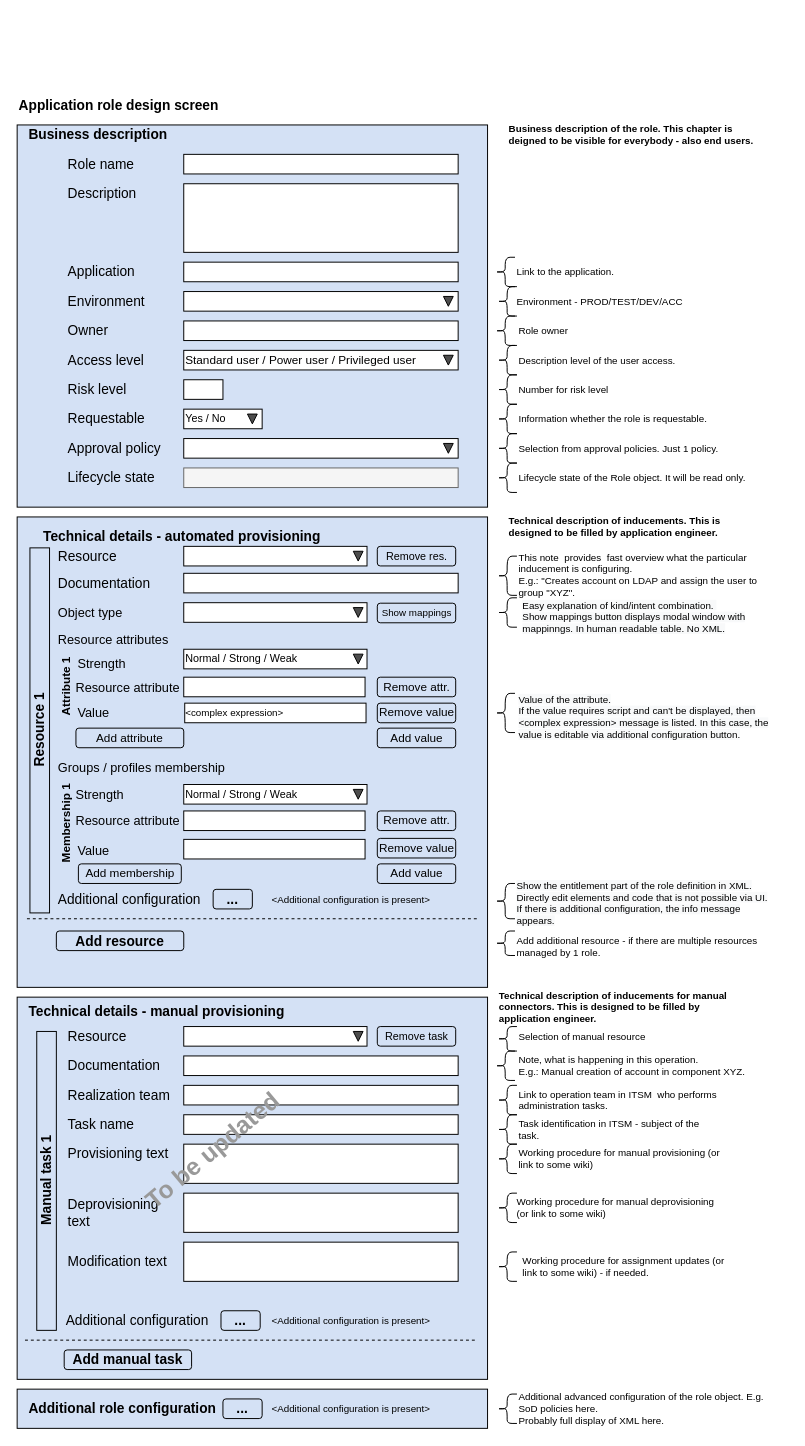
Above: page "app-role-design" (7 of 8) of midpoint/devel/iga/iga-schemas.drawio in Evolveum/docs (draw.io), before the change. Source tidied: cells renumbered, new cells numbered last; positions are measured from the earlier drawing's top-left corner, leaving out a move shared by most shapes. Both pictures are drawn from the tidied source at 98%, with x=0, y=0 at pixel (-143, 95).
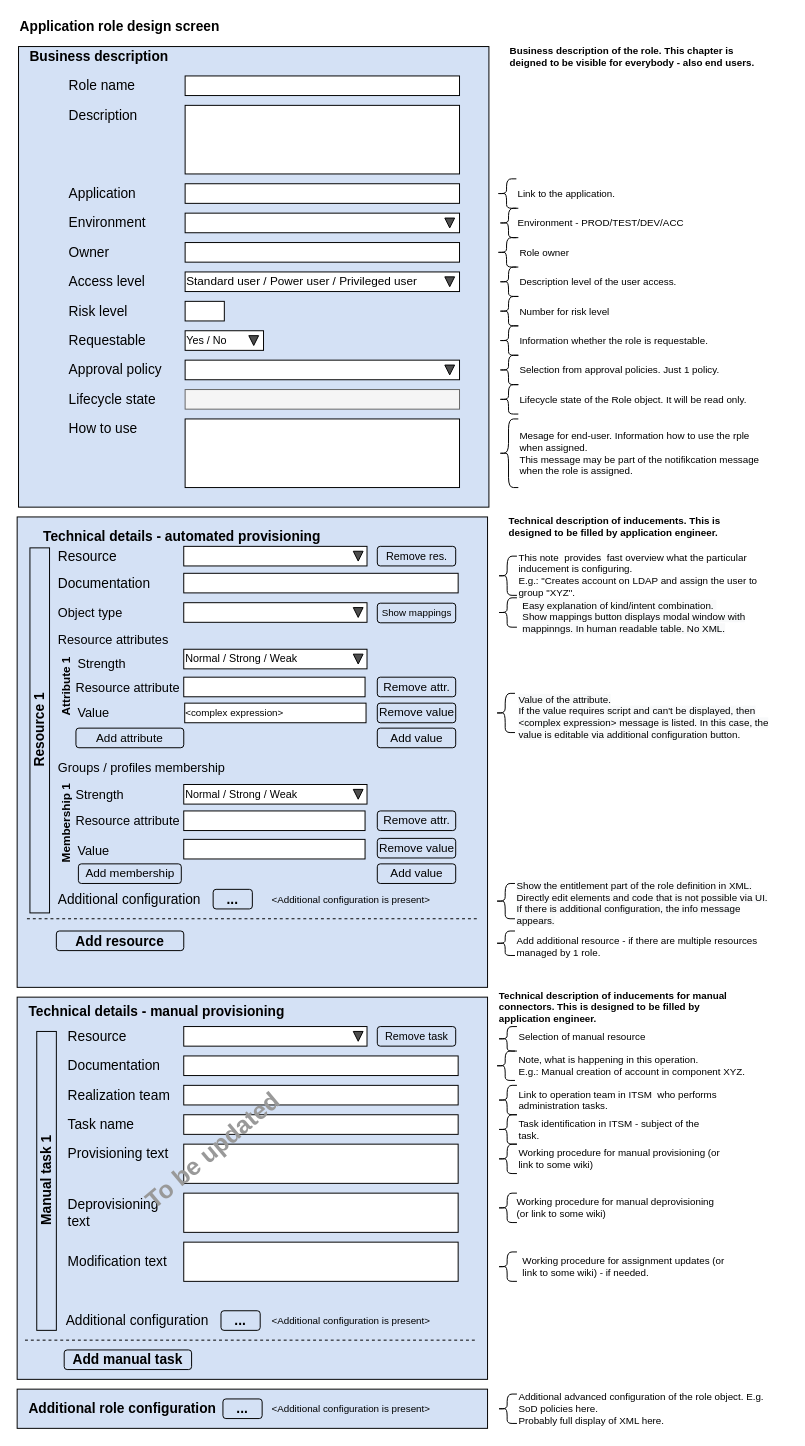
After the change.

Change to the diagram source:
```diff
@@
     <mxCell id="4" style="rounded=0;whiteSpace=wrap;html=1;fontSize=14;fillColor=#D4E1F5;" parent="1" vertex="1">
-      <mxGeometry x="163" y="30" width="480" height="390" as="geometry" />
+      <mxGeometry x="164.4" y="-50" width="480" height="470" as="geometry" />
     </mxCell>
     <mxCell id="5" style="rounded=0;whiteSpace=wrap;html=1;" parent="1" vertex="1">
-      <mxGeometry x="333" y="60" width="280" height="20" as="geometry" />
+      <mxGeometry x="334.4" y="-20" width="280" height="20" as="geometry" />
     </mxCell>
     <mxCell id="6" value="&lt;font style=&quot;font-size: 14px&quot;&gt;Role name&lt;/font&gt;" style="text;html=1;strokeColor=none;fillColor=none;align=left;verticalAlign=middle;whiteSpace=wrap;rounded=0;" parent="1" vertex="1">
-      <mxGeometry x="213" y="60" width="110" height="20" as="geometry" />
+      <mxGeometry x="214.4" y="-20" width="110" height="20" as="geometry" />
     </mxCell>
     <mxCell id="7" style="rounded=0;whiteSpace=wrap;html=1;" parent="1" vertex="1">
-      <mxGeometry x="333" y="90" width="280" height="70" as="geometry" />
+      <mxGeometry x="334.4" y="10" width="280" height="70" as="geometry" />
     </mxCell>
     <mxCell id="8" value="&lt;font style=&quot;font-size: 14px&quot;&gt;Description&lt;/font&gt;" style="text;html=1;strokeColor=none;fillColor=none;align=left;verticalAlign=middle;whiteSpace=wrap;rounded=0;" parent="1" vertex="1">
-      <mxGeometry x="213" y="90" width="110" height="20" as="geometry" />
+      <mxGeometry x="214.4" y="10" width="110" height="20" as="geometry" />
     </mxCell>
     <mxCell id="9" value="&lt;font style=&quot;font-size: 14px&quot;&gt;Application&lt;/font&gt;" style="text;html=1;strokeColor=none;fillColor=none;align=left;verticalAlign=middle;whiteSpace=wrap;rounded=0;" parent="1" vertex="1">
-      <mxGeometry x="213" y="170" width="110" height="20" as="geometry" />
+      <mxGeometry x="214.4" y="90" width="110" height="20" as="geometry" />
     </mxCell>
     <mxCell id="10" style="rounded=0;whiteSpace=wrap;html=1;" parent="1" vertex="1">
-      <mxGeometry x="333" y="170" width="280" height="20" as="geometry" />
+      <mxGeometry x="334.4" y="90" width="280" height="20" as="geometry" />
     </mxCell>
     <mxCell id="11" value="&lt;font style=&quot;font-size: 14px&quot;&gt;Environment&lt;/font&gt;" style="text;html=1;strokeColor=none;fillColor=none;align=left;verticalAlign=middle;whiteSpace=wrap;rounded=0;" parent="1" vertex="1">
-      <mxGeometry x="213" y="200" width="110" height="20" as="geometry" />
+      <mxGeometry x="214.4" y="120" width="110" height="20" as="geometry" />
     </mxCell>
     <mxCell id="12" value="&lt;font style=&quot;font-size: 14px&quot;&gt;Owner&lt;/font&gt;" style="text;html=1;strokeColor=none;fillColor=none;align=left;verticalAlign=middle;whiteSpace=wrap;rounded=0;" parent="1" vertex="1">
-      <mxGeometry x="213" y="230" width="110" height="20" as="geometry" />
+      <mxGeometry x="214.4" y="150" width="110" height="20" as="geometry" />
     </mxCell>
     <mxCell id="13" value="&lt;font style=&quot;font-size: 14px&quot;&gt;Access level&lt;/font&gt;" style="text;html=1;strokeColor=none;fillColor=none;align=left;verticalAlign=middle;whiteSpace=wrap;rounded=0;" parent="1" vertex="1">
-      <mxGeometry x="213" y="260" width="110" height="20" as="geometry" />
+      <mxGeometry x="214.4" y="180" width="110" height="20" as="geometry" />
     </mxCell>
     <mxCell id="14" value="&lt;font style=&quot;font-size: 14px&quot;&gt;Risk level&lt;/font&gt;" style="text;html=1;strokeColor=none;fillColor=none;align=left;verticalAlign=middle;whiteSpace=wrap;rounded=0;" parent="1" vertex="1">
-      <mxGeometry x="213" y="290" width="110" height="20" as="geometry" />
+      <mxGeometry x="214.4" y="210" width="110" height="20" as="geometry" />
     </mxCell>
     <mxCell id="15" style="rounded=0;whiteSpace=wrap;html=1;" parent="1" vertex="1">
-      <mxGeometry x="333" y="230" width="280" height="20" as="geometry" />
+      <mxGeometry x="334.4" y="150" width="280" height="20" as="geometry" />
     </mxCell>
     <mxCell id="16" style="rounded=0;whiteSpace=wrap;html=1;" parent="1" vertex="1">
-      <mxGeometry x="333" y="290" width="40" height="20" as="geometry" />
+      <mxGeometry x="334.4" y="210" width="40" height="20" as="geometry" />
     </mxCell>
     <mxCell id="17" value="&lt;span style=&quot;font-size: 14px&quot;&gt;Business description&lt;/span&gt;" style="text;html=1;strokeColor=none;fillColor=none;align=left;verticalAlign=middle;whiteSpace=wrap;rounded=0;fontStyle=1;" parent="1" vertex="1">
-      <mxGeometry x="173" y="30" width="180" height="20" as="geometry" />
+      <mxGeometry x="174.4" y="-50" width="180" height="20" as="geometry" />
     </mxCell>
     <mxCell id="18" value="&lt;font style=&quot;font-size: 14px&quot;&gt;Approval policy&lt;/font&gt;" style="text;html=1;strokeColor=none;fillColor=none;align=left;verticalAlign=middle;whiteSpace=wrap;rounded=0;" parent="1" vertex="1">
-      <mxGeometry x="213" y="350" width="110" height="20" as="geometry" />
+      <mxGeometry x="214.4" y="270" width="110" height="20" as="geometry" />
     </mxCell>
     <mxCell id="19" value="&lt;font style=&quot;font-size: 14px&quot;&gt;Requestable&lt;/font&gt;" style="text;html=1;strokeColor=none;fillColor=none;align=left;verticalAlign=middle;whiteSpace=wrap;rounded=0;" parent="1" vertex="1">
-      <mxGeometry x="213" y="320" width="110" height="20" as="geometry" />
+      <mxGeometry x="214.4" y="240" width="110" height="20" as="geometry" />
     </mxCell>
     <mxCell id="20" style="group;" parent="1" vertex="1">
-      <mxGeometry x="333" y="320" width="80" height="20" as="geometry" />
+      <mxGeometry x="334.4" y="240" width="80" height="20" as="geometry" />
     </mxCell>
@@
     <mxCell id="23" style="group;align=left;" parent="1" vertex="1">
-      <mxGeometry x="333" y="260" width="280" height="20" as="geometry" />
+      <mxGeometry x="334.4" y="180" width="280" height="20" as="geometry" />
     </mxCell>
@@
     <mxCell id="26" style="shape=curlyBracket;whiteSpace=wrap;html=1;rounded=1;fontSize=14;fillColor=none;" parent="1" vertex="1">
-      <mxGeometry x="653" y="375" width="20" height="30" as="geometry" />
+      <mxGeometry x="654.4" y="295" width="20" height="30" as="geometry" />
     </mxCell>
@@
     <mxCell id="47" value="&lt;font style=&quot;font-size: 14px&quot;&gt;Lifecycle state&lt;/font&gt;" style="text;html=1;strokeColor=none;fillColor=none;align=left;verticalAlign=middle;whiteSpace=wrap;rounded=0;" parent="1" vertex="1">
-      <mxGeometry x="213" y="380" width="110" height="20" as="geometry" />
+      <mxGeometry x="214.4" y="300" width="110" height="20" as="geometry" />
     </mxCell>
     <mxCell id="48" value="Lifecycle state of the Role object. It will be read only." style="text;html=1;strokeColor=none;fillColor=none;align=left;verticalAlign=middle;whiteSpace=wrap;rounded=0;fontSize=10;" parent="1" vertex="1">
-      <mxGeometry x="673" y="380" width="260" height="20" as="geometry" />
+      <mxGeometry x="674.4" y="300" width="260" height="20" as="geometry" />
     </mxCell>
@@
     <mxCell id="59" style="group;" parent="1" vertex="1">
-      <mxGeometry x="333" y="200" width="280" height="20" as="geometry" />
+      <mxGeometry x="334.4" y="120" width="280" height="20" as="geometry" />
     </mxCell>
@@
     <mxCell id="74" style="shape=curlyBracket;whiteSpace=wrap;html=1;rounded=1;fontSize=14;fillColor=none;size=0.5;" parent="1" vertex="1">
-      <mxGeometry x="651" y="165" width="20" height="30" as="geometry" />
+      <mxGeometry x="652.4" y="85" width="20" height="30" as="geometry" />
     </mxCell>
     <mxCell id="75" style="shape=curlyBracket;whiteSpace=wrap;html=1;rounded=1;fontSize=14;fillColor=none;size=0.5;" parent="1" vertex="1">
-      <mxGeometry x="653" y="195" width="20" height="30" as="geometry" />
+      <mxGeometry x="654.4" y="115" width="20" height="30" as="geometry" />
     </mxCell>
     <mxCell id="76" style="shape=curlyBracket;whiteSpace=wrap;html=1;rounded=1;fontSize=14;fillColor=none;size=0.5;" parent="1" vertex="1">
-      <mxGeometry x="651" y="225" width="20" height="30" as="geometry" />
+      <mxGeometry x="652.4" y="145" width="20" height="30" as="geometry" />
     </mxCell>
     <mxCell id="77" style="shape=curlyBracket;whiteSpace=wrap;html=1;rounded=1;fontSize=14;fillColor=none;size=0.5;" parent="1" vertex="1">
-      <mxGeometry x="653" y="255" width="20" height="30" as="geometry" />
+      <mxGeometry x="654.4" y="175" width="20" height="30" as="geometry" />
     </mxCell>
     <mxCell id="78" style="shape=curlyBracket;whiteSpace=wrap;html=1;rounded=1;fontSize=14;fillColor=none;size=0.5;" parent="1" vertex="1">
-      <mxGeometry x="653" y="285" width="20" height="30" as="geometry" />
+      <mxGeometry x="654.4" y="205" width="20" height="30" as="geometry" />
     </mxCell>
     <mxCell id="79" style="shape=curlyBracket;whiteSpace=wrap;html=1;rounded=1;fontSize=14;fillColor=none;size=0.5;" parent="1" vertex="1">
-      <mxGeometry x="653" y="345" width="20" height="30" as="geometry" />
+      <mxGeometry x="654.4" y="265" width="20" height="30" as="geometry" />
     </mxCell>
     <mxCell id="80" value="Business description of the role. This chapter is deigned to be visible for everybody - also end users." style="text;html=1;strokeColor=none;fillColor=none;align=left;verticalAlign=middle;whiteSpace=wrap;rounded=0;fontSize=10;fontStyle=1;" parent="1" vertex="1">
-      <mxGeometry x="663" y="30" width="260" height="20" as="geometry" />
+      <mxGeometry x="664.4" y="-50" width="260" height="20" as="geometry" />
     </mxCell>
     <mxCell id="81" value="Selection from approval policies. Just 1 policy." style="text;html=1;strokeColor=none;fillColor=none;align=left;verticalAlign=middle;whiteSpace=wrap;rounded=0;fontSize=10;" parent="1" vertex="1">
-      <mxGeometry x="673" y="350" width="260" height="20" as="geometry" />
+      <mxGeometry x="674.4" y="270" width="260" height="20" as="geometry" />
     </mxCell>
     <mxCell id="82" value="Link to the application." style="text;html=1;strokeColor=none;fillColor=none;align=left;verticalAlign=middle;whiteSpace=wrap;rounded=0;fontSize=10;" parent="1" vertex="1">
-      <mxGeometry x="671" y="170" width="260" height="20" as="geometry" />
+      <mxGeometry x="672.4" y="90" width="260" height="20" as="geometry" />
     </mxCell>
     <mxCell id="83" value="&lt;span style=&quot;font-size: 14px;&quot;&gt;Application role design screen&lt;/span&gt;" style="text;html=1;strokeColor=none;fillColor=none;align=left;verticalAlign=middle;whiteSpace=wrap;rounded=0;fontStyle=1;fontSize=14;" parent="1" vertex="1">
-      <mxGeometry x="163" width="240" height="20" as="geometry" />
+      <mxGeometry x="164.4" y="-80" width="240" height="20" as="geometry" />
     </mxCell>
     <mxCell id="84" value="Environment - PROD/TEST/DEV/ACC" style="text;html=1;strokeColor=none;fillColor=none;align=left;verticalAlign=middle;whiteSpace=wrap;rounded=0;fontSize=10;" parent="1" vertex="1">
-      <mxGeometry x="671" y="200" width="260" height="20" as="geometry" />
+      <mxGeometry x="672.4" y="120" width="260" height="20" as="geometry" />
     </mxCell>
     <mxCell id="85" value="Role owner" style="text;html=1;strokeColor=none;fillColor=none;align=left;verticalAlign=middle;whiteSpace=wrap;rounded=0;fontSize=10;" parent="1" vertex="1">
-      <mxGeometry x="673" y="230" width="260" height="20" as="geometry" />
+      <mxGeometry x="674.4" y="150" width="260" height="20" as="geometry" />
     </mxCell>
@@
     <mxCell id="133" style="rounded=0;whiteSpace=wrap;html=1;fillColor=#f5f5f5;fontColor=#333333;strokeColor=#666666;" parent="1" vertex="1">
-      <mxGeometry x="333" y="380" width="280" height="20" as="geometry" />
+      <mxGeometry x="334.4" y="300" width="280" height="20" as="geometry" />
     </mxCell>
     <mxCell id="134" value="Description level of the user access." style="text;html=1;strokeColor=none;fillColor=none;align=left;verticalAlign=middle;whiteSpace=wrap;rounded=0;fontSize=10;" parent="1" vertex="1">
-      <mxGeometry x="673" y="260" width="260" height="20" as="geometry" />
+      <mxGeometry x="674.4" y="180" width="260" height="20" as="geometry" />
     </mxCell>
@@
     <mxCell id="148" value="Number for risk level" style="text;html=1;strokeColor=none;fillColor=none;align=left;verticalAlign=middle;whiteSpace=wrap;rounded=0;fontSize=10;" parent="1" vertex="1">
-      <mxGeometry x="673" y="290" width="260" height="20" as="geometry" />
+      <mxGeometry x="674.4" y="210" width="260" height="20" as="geometry" />
     </mxCell>
     <mxCell id="149" style="shape=curlyBracket;whiteSpace=wrap;html=1;rounded=1;fontSize=14;fillColor=none;size=0.5;" parent="1" vertex="1">
-      <mxGeometry x="653" y="315" width="20" height="30" as="geometry" />
+      <mxGeometry x="654.4" y="235" width="20" height="30" as="geometry" />
     </mxCell>
     <mxCell id="150" value="Information whether the role is requestable." style="text;html=1;strokeColor=none;fillColor=none;align=left;verticalAlign=middle;whiteSpace=wrap;rounded=0;fontSize=10;" parent="1" vertex="1">
-      <mxGeometry x="673" y="320" width="260" height="20" as="geometry" />
+      <mxGeometry x="674.4" y="240" width="260" height="20" as="geometry" />
     </mxCell>
@@
     <mxCell id="154" style="group;" parent="1" vertex="1">
-      <mxGeometry x="333" y="350" width="280" height="20" as="geometry" />
+      <mxGeometry x="334.4" y="270" width="280" height="20" as="geometry" />
     </mxCell>
@@
+    <mxCell id="158" value="&lt;font style=&quot;font-size: 14px&quot;&gt;How to use&lt;/font&gt;" style="text;html=1;strokeColor=none;fillColor=none;align=left;verticalAlign=middle;whiteSpace=wrap;rounded=0;" parent="1" vertex="1">
+      <mxGeometry x="214.4" y="330" width="110" height="20" as="geometry" />
+    </mxCell>
+    <mxCell id="159" style="rounded=0;whiteSpace=wrap;html=1;" parent="1" vertex="1">
+      <mxGeometry x="334.4" y="330" width="280" height="70" as="geometry" />
+    </mxCell>
+    <mxCell id="160" style="shape=curlyBracket;whiteSpace=wrap;html=1;rounded=1;fontSize=14;fillColor=none;" parent="1" vertex="1">
+      <mxGeometry x="654.4" y="330" width="20" height="70" as="geometry" />
+    </mxCell>
+    <mxCell id="161" value="Mesage for end-user. Information how to use the rple when assigned.&amp;nbsp;&lt;br&gt;This message may be part of the notifikcation message when the role is assigned." style="text;html=1;strokeColor=none;fillColor=none;align=left;verticalAlign=middle;whiteSpace=wrap;rounded=0;fontSize=10;" parent="1" vertex="1">
+      <mxGeometry x="674.4" y="340" width="260" height="50" as="geometry" />
+    </mxCell>
```
